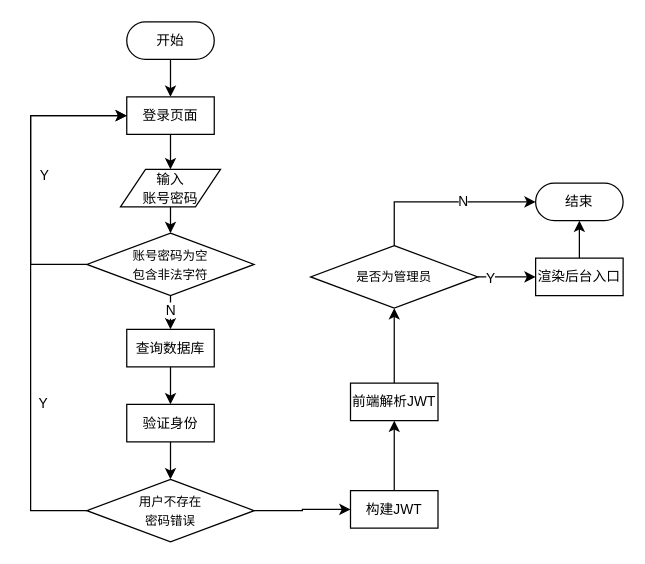
Above: page "第 2 页" (2 of 21) of 程序流程图合集.drawio in Chentx1243/draw.io (draw.io), before the change. Source tidied: cells renumbered, new cells numbered last; positions are measured from the earlier drawing's top-left corner, leaving out a move shared by most shapes. Both pictures are drawn from the tidied source at 125%, with x=0, y=0 at pixel (30, 21).
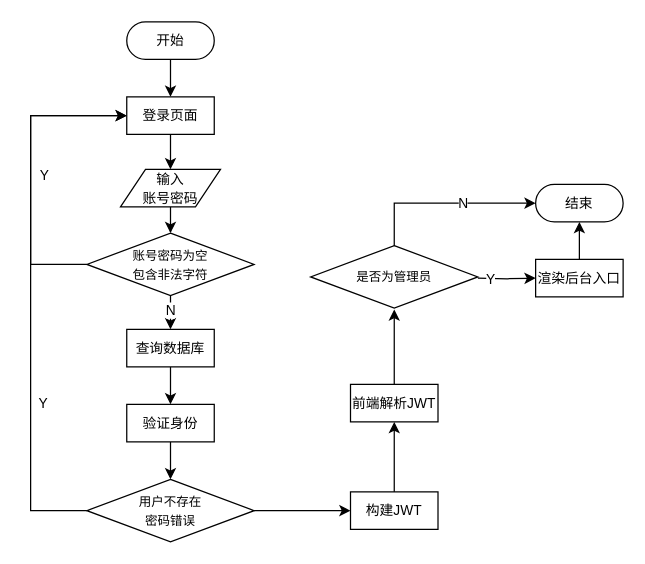
The same diagram, later.

Unchanged cells that the change refers to:
```xml
<mxCell id="29" value="&lt;font face=&quot;宋体&quot;&gt;&lt;span style=&quot;font-size: 10px;&quot;&gt;是否为管理员&lt;/span&gt;&lt;/font&gt;" style="rhombus;whiteSpace=wrap;html=1;" parent="1" vertex="1">
  <mxGeometry x="224" y="179" width="133.8" height="50" as="geometry" />
</mxCell>
```

The edit, as a diff of the source:
```diff
@@
     <mxCell id="22" value="&lt;font face=&quot;宋体&quot;&gt;&lt;span style=&quot;font-size: 11px;&quot;&gt;构建JWT&lt;/span&gt;&lt;/font&gt;" style="rounded=0;whiteSpace=wrap;html=1;" parent="1" vertex="1">
-      <mxGeometry x="255.9" y="375" width="70" height="30" as="geometry" />
+      <mxGeometry x="255.9" y="376" width="70" height="30" as="geometry" />
     </mxCell>
-    <mxCell id="23" style="edgeStyle=orthogonalEdgeStyle;rounded=0;jettySize=auto;html=1;" parent="1" edge="1" source="24" target="29">
-      <mxGeometry relative="1" as="geometry" />
+    <mxCell id="23" style="edgeStyle=orthogonalEdgeStyle;rounded=0;jettySize=auto;html=1;" parent="1" edge="1" source="24">
+      <mxGeometry relative="1" as="geometry">
+        <mxPoint x="290.9" y="230" as="targetPoint" />
+      </mxGeometry>
     </mxCell>
     <mxCell id="24" value="&lt;font face=&quot;宋体&quot;&gt;&lt;span style=&quot;font-size: 11px;&quot;&gt;前端解析JWT&lt;/span&gt;&lt;/font&gt;" style="rounded=0;whiteSpace=wrap;html=1;" parent="1" vertex="1">
-      <mxGeometry x="255.9" y="289" width="70" height="30" as="geometry" />
+      <mxGeometry x="255.9" y="290" width="70" height="30" as="geometry" />
     </mxCell>
-    <mxCell id="25" style="edgeStyle=orthogonalEdgeStyle;rounded=0;jettySize=auto;html=1;" parent="1" edge="1" source="29" target="31">
-      <mxGeometry relative="1" as="geometry" />
+    <mxCell id="25" style="edgeStyle=orthogonalEdgeStyle;rounded=0;jettySize=auto;html=1;" parent="1" edge="1" target="31">
+      <mxGeometry relative="1" as="geometry">
+        <mxPoint x="357.8" y="205" as="sourcePoint" />
+      </mxGeometry>
     </mxCell>
@@
-    <mxCell id="27" style="edgeStyle=orthogonalEdgeStyle;rounded=0;jettySize=auto;html=1;entryX=0;entryY=0.5;entryDx=0;entryDy=0;" parent="1" edge="1" source="29" target="32">
+    <mxCell id="27" style="edgeStyle=orthogonalEdgeStyle;rounded=0;jettySize=auto;html=1;entryX=0;entryY=0.5;entryDx=0;entryDy=0;" parent="1" edge="1" target="32">
       <mxGeometry relative="1" as="geometry">
+        <mxPoint x="290.9" y="180" as="sourcePoint" />
         <Array as="points">
-          <mxPoint x="291" y="144" />
+          <mxPoint x="291" y="145" />
         </Array>
       </mxGeometry>
     </mxCell>
@@
     <mxCell id="31" value="&lt;font face=&quot;宋体&quot;&gt;&lt;span style=&quot;font-size: 11px;&quot;&gt;渲染后台入口&lt;/span&gt;&lt;/font&gt;" style="rounded=0;whiteSpace=wrap;html=1;" parent="1" vertex="1">
-      <mxGeometry x="404" y="189" width="70" height="30" as="geometry" />
+      <mxGeometry x="404" y="190" width="70" height="30" as="geometry" />
     </mxCell>
     <mxCell id="32" value="&lt;font face=&quot;宋体&quot; style=&quot;font-size: 11px;&quot;&gt;结束&lt;/font&gt;" style="rounded=1;whiteSpace=wrap;html=1;arcSize=50;" parent="1" vertex="1">
-      <mxGeometry x="404" y="129" width="70" height="30" as="geometry" />
+      <mxGeometry x="404" y="130" width="70" height="30" as="geometry" />
     </mxCell>
```
